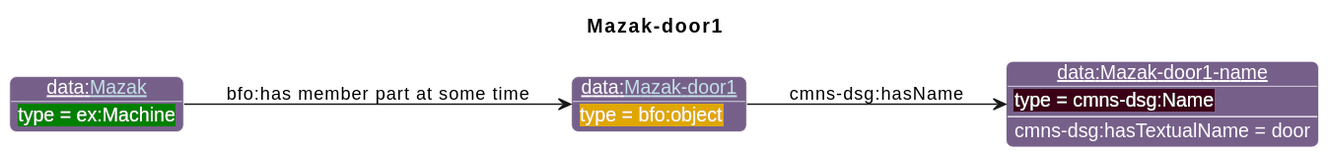
Above: diagrams/Mazak-door1.svg in iofoundry/example-syseng-mtconnect (PlantUML), before the change.
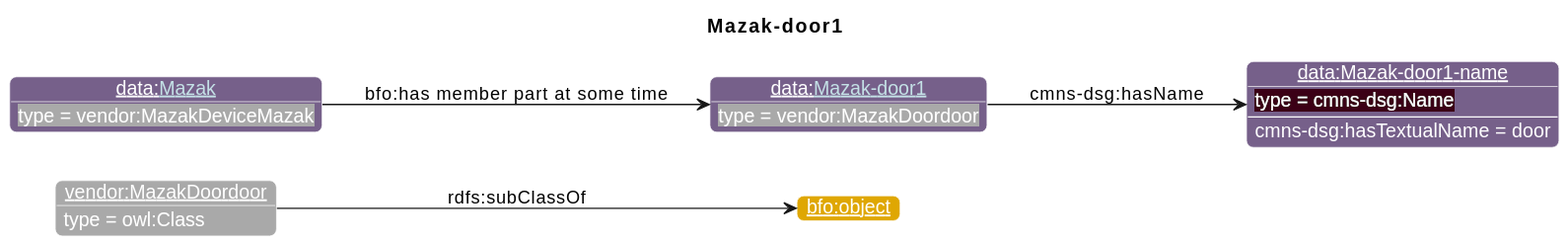
The same file after the commit.

Diff of the diagram source:
```diff
@@ -19,10 +19,13 @@
                       "ns1":"76608A",
 "ex":"Green","data":"76608A","core":"000000","units":"8A2D3B","qp":"641B2E","cmns-dsg":"3A0519"
 }
-individual(o1, data:[[./Mazak-door1.html Mazak-door1]], "bfo:object")
-individual(o2, data:Mazak-door1-name, cmns-dsg:Name)
-individual(o3, data:[[./Mazak.html Mazak]], ex:Machine)
-property(o1, cmns-dsg:hasName, o2)
-data(o2, cmns-dsg:hasTextualName, door)
-property(o3, "bfo:has member part at some time", o1)
+individual(o1, vendor:MazakDoordoor, owl:Class)
+individual(o2, "bfo:object")
+individual(o3, data:[[./Mazak-door1.html Mazak-door1]], vendor:MazakDoordoor)
+individual(o4, data:Mazak-door1-name, cmns-dsg:Name)
+individual(o5, data:[[./Mazak.html Mazak]], vendor:MazakDeviceMazak)
+property(o1, rdfs:subClassOf, o2)
+property(o3, cmns-dsg:hasName, o4)
+data(o4, cmns-dsg:hasTextualName, door)
+property(o5, "bfo:has member part at some time", o3)
 @enduml
```
